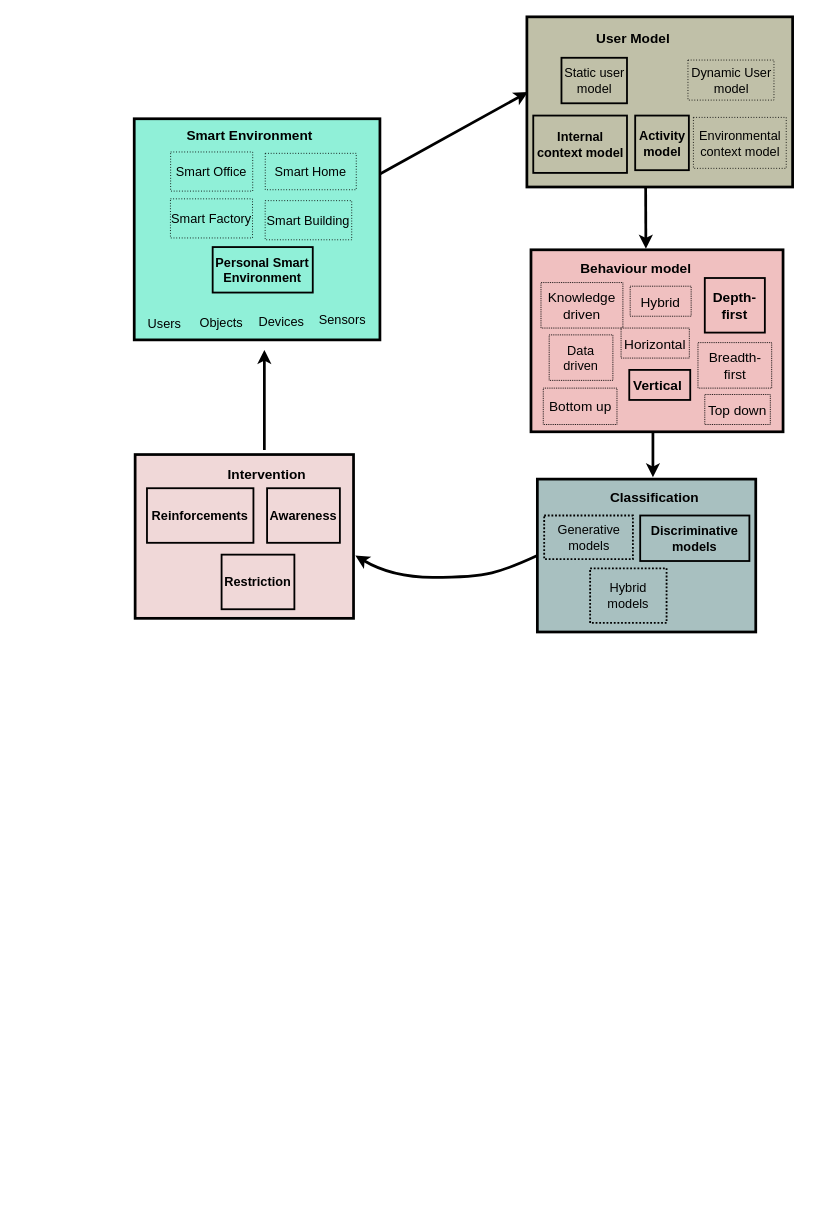
The draw.io diagram interaction.drawio in oluwande/zmPDSwR, before the edit. Source tidied: cells renumbered, new cells numbered last; positions are measured from the earlier drawing's top-left corner, leaving out a move shared by most shapes. Both pictures are drawn from the tidied source at 91%, with x=0, y=0 at pixel (134, 16).
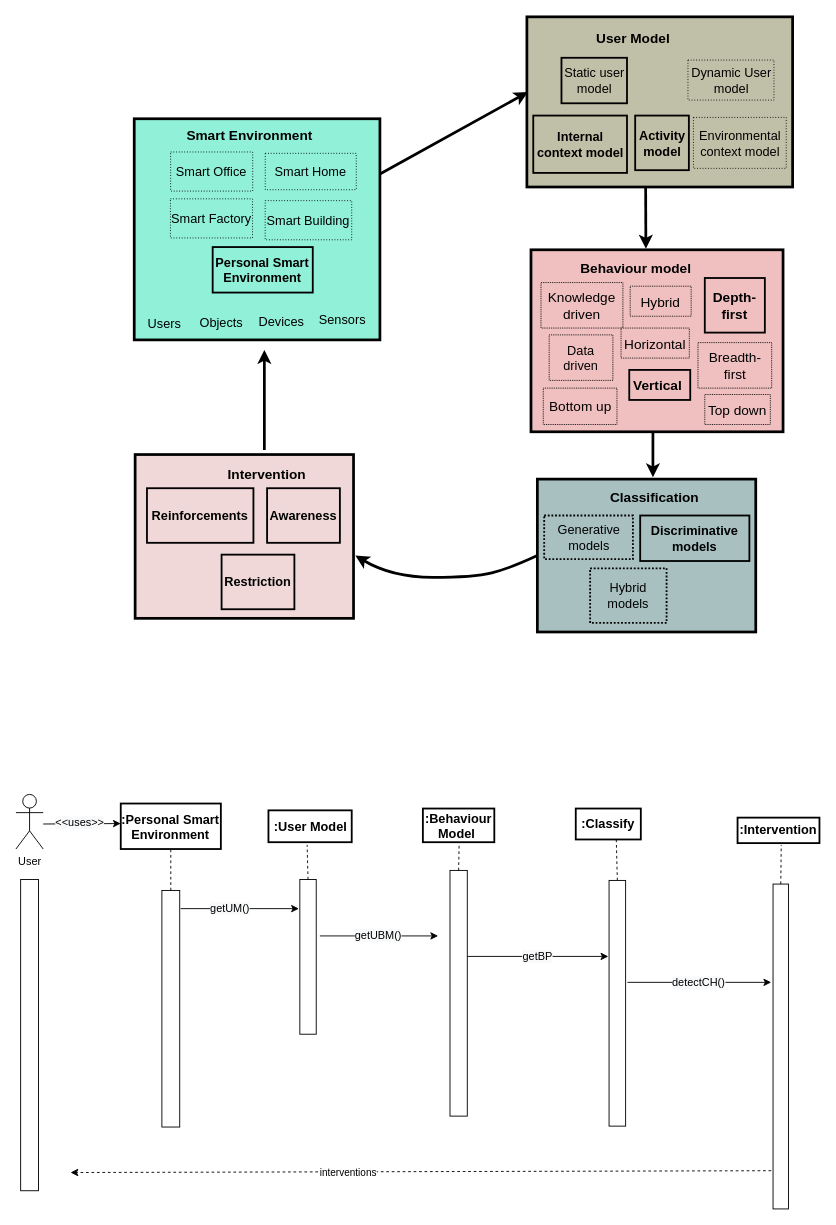
The same page after the edit.

What changed in the source:
```diff
@@
+    <mxCell id="47" value="&lt;b&gt;:Personal Smart Environment&lt;/b&gt;" style="rounded=0;whiteSpace=wrap;html=1;fontSize=14;strokeColor=default;strokeWidth=2;fillColor=none;" parent="1" vertex="1">
+      <mxGeometry x="-14.8" y="864.5" width="110" height="50" as="geometry" />
+    </mxCell>
+    <mxCell id="48" value="&lt;b&gt;:User Model&lt;/b&gt;" style="rounded=0;whiteSpace=wrap;html=1;fontSize=14;strokeColor=default;strokeWidth=2;fillColor=none;" parent="1" vertex="1">
+      <mxGeometry x="147.5" y="872" width="91.5" height="35" as="geometry" />
+    </mxCell>
+    <mxCell id="49" value="&lt;b&gt;:Behaviour Model&amp;nbsp;&lt;/b&gt;" style="rounded=0;whiteSpace=wrap;html=1;fontSize=14;strokeColor=default;strokeWidth=2;fillColor=none;" parent="1" vertex="1">
+      <mxGeometry x="317.2" y="870" width="78.5" height="37" as="geometry" />
+    </mxCell>
+    <mxCell id="50" value="&lt;b&gt;:Intervention&lt;/b&gt;" style="rounded=0;whiteSpace=wrap;html=1;fontSize=14;strokeColor=default;strokeWidth=2;fillColor=none;" parent="1" vertex="1">
+      <mxGeometry x="663" y="880" width="90" height="28" as="geometry" />
+    </mxCell>
+    <mxCell id="51" value="&lt;b&gt;:Classify&lt;/b&gt;" style="rounded=0;whiteSpace=wrap;html=1;fontSize=14;strokeColor=default;strokeWidth=2;fillColor=none;" parent="1" vertex="1">
+      <mxGeometry x="485.2" y="870" width="71.5" height="34" as="geometry" />
+    </mxCell>
+    <mxCell id="52" value="User" style="shape=umlActor;verticalLabelPosition=bottom;verticalAlign=top;html=1;" parent="1" vertex="1">
+      <mxGeometry x="-130" y="854.5" width="30" height="60" as="geometry" />
+    </mxCell>
+    <mxCell id="53" style="rounded=0;whiteSpace=wrap;html=1;" parent="1" vertex="1">
+      <mxGeometry x="30.4" y="960" width="19.6" height="260" as="geometry" />
+    </mxCell>
+    <mxCell id="54" style="endArrow=none;html=1;rounded=0;entryX=0.5;entryY=1;entryDx=0;entryDy=0;exitX=0.5;exitY=0;exitDx=0;exitDy=0;dashed=1;" parent="1" edge="1" source="53" target="47">
+      <mxGeometry relative="1" as="geometry" />
+    </mxCell>
+    <mxCell id="55" style="rounded=0;whiteSpace=wrap;html=1;" parent="1" vertex="1">
+      <mxGeometry x="182" y="948" width="18" height="170" as="geometry" />
+    </mxCell>
+    <mxCell id="56" style="endArrow=none;html=1;rounded=0;exitX=0.5;exitY=0;exitDx=0;exitDy=0;dashed=1;" parent="1" edge="1" source="55">
+      <mxGeometry relative="1" as="geometry">
+        <mxPoint x="190" y="910" as="targetPoint" />
+      </mxGeometry>
+    </mxCell>
+    <mxCell id="57" style="rounded=0;whiteSpace=wrap;html=1;" parent="1" vertex="1">
+      <mxGeometry x="347" y="938" width="19" height="270" as="geometry" />
+    </mxCell>
+    <mxCell id="58" style="endArrow=none;html=1;rounded=0;exitX=0.5;exitY=0;exitDx=0;exitDy=0;dashed=1;" parent="1" edge="1" source="57">
+      <mxGeometry relative="1" as="geometry">
+        <mxPoint x="357" y="910" as="targetPoint" />
+      </mxGeometry>
+    </mxCell>
+    <mxCell id="59" style="endArrow=classic;html=1;rounded=0;" parent="1" edge="1">
+      <mxGeometry relative="1" as="geometry">
+        <mxPoint x="51" y="980" as="sourcePoint" />
+        <mxPoint x="181" y="980" as="targetPoint" />
+      </mxGeometry>
+    </mxCell>
+    <mxCell id="60" value="&lt;span style=&quot;font-size: 12px; background-color: rgb(248, 249, 250);&quot;&gt;getUM()&lt;/span&gt;" style="edgeLabel;html=1;align=center;verticalAlign=middle;" parent="59" vertex="1">
+      <mxGeometry x="0.13" y="-1" relative="1" as="geometry">
+        <mxPoint x="-20" y="-2" as="offset" />
+      </mxGeometry>
+    </mxCell>
+    <mxCell id="61" style="rounded=0;whiteSpace=wrap;html=1;" parent="1" vertex="1">
+      <mxGeometry x="521.8" y="949" width="18.2" height="270" as="geometry" />
+    </mxCell>
+    <mxCell id="62" style="endArrow=none;html=1;rounded=0;entryX=0.623;entryY=1.005;entryDx=0;entryDy=0;exitX=0.5;exitY=0;exitDx=0;exitDy=0;dashed=1;entryPerimeter=0;" parent="1" edge="1" source="61" target="51">
+      <mxGeometry relative="1" as="geometry" />
+    </mxCell>
+    <mxCell id="63" style="endArrow=classic;html=1;rounded=0;" parent="1" edge="1">
+      <mxGeometry relative="1" as="geometry">
+        <mxPoint x="366" y="1032.5" as="sourcePoint" />
+        <mxPoint x="521" y="1032.5" as="targetPoint" />
+      </mxGeometry>
+    </mxCell>
+    <mxCell id="64" value="&lt;span style=&quot;font-size: 12px; background-color: rgb(248, 249, 250);&quot;&gt;getBP&lt;/span&gt;" style="edgeLabel;html=1;align=center;verticalAlign=middle;" parent="63" vertex="1">
+      <mxGeometry x="0.13" y="-1" relative="1" as="geometry">
+        <mxPoint x="-12" y="-1" as="offset" />
+      </mxGeometry>
+    </mxCell>
+    <mxCell id="65" style="endArrow=classic;html=1;rounded=0;" parent="1" edge="1">
+      <mxGeometry relative="1" as="geometry">
+        <mxPoint x="542" y="1061" as="sourcePoint" />
+        <mxPoint x="700" y="1061" as="targetPoint" />
+        <Array as="points">
+          <mxPoint x="620" y="1061" />
+        </Array>
+      </mxGeometry>
+    </mxCell>
+    <mxCell id="66" value="&lt;span style=&quot;font-size: 12px; background-color: rgb(248, 249, 250);&quot;&gt;detectCH()&lt;/span&gt;" style="edgeLabel;html=1;align=center;verticalAlign=middle;" parent="65" vertex="1">
+      <mxGeometry x="0.13" y="-1" relative="1" as="geometry">
+        <mxPoint x="-12" y="-1" as="offset" />
+      </mxGeometry>
+    </mxCell>
+    <mxCell id="67" style="rounded=0;whiteSpace=wrap;html=1;" parent="1" vertex="1">
+      <mxGeometry x="702" y="953" width="17" height="357" as="geometry" />
+    </mxCell>
+    <mxCell id="68" style="endArrow=none;html=1;rounded=0;exitX=0.5;exitY=0;exitDx=0;exitDy=0;dashed=1;" parent="1" edge="1" source="67">
+      <mxGeometry relative="1" as="geometry">
+        <mxPoint x="711" y="910" as="targetPoint" />
+      </mxGeometry>
+    </mxCell>
+    <mxCell id="69" style="endArrow=classic;html=1;rounded=0;dashed=1;" parent="1" edge="1">
+      <mxGeometry relative="1" as="geometry">
+        <mxPoint x="700" y="1268" as="sourcePoint" />
+        <mxPoint x="-70" y="1270" as="targetPoint" />
+      </mxGeometry>
+    </mxCell>
+    <mxCell id="70" value="interventions" style="edgeLabel;html=1;align=center;verticalAlign=middle;" parent="69" vertex="1">
+      <mxGeometry x="-0.39" y="1" relative="1" as="geometry">
+        <mxPoint x="-231" as="offset" />
+      </mxGeometry>
+    </mxCell>
+    <mxCell id="71" style="endArrow=classic;html=1;rounded=0;" parent="1" edge="1">
+      <mxGeometry relative="1" as="geometry">
+        <mxPoint x="204" y="1010" as="sourcePoint" />
+        <mxPoint x="334" y="1010" as="targetPoint" />
+      </mxGeometry>
+    </mxCell>
+    <mxCell id="72" value="&lt;span style=&quot;font-size: 12px; background-color: rgb(248, 249, 250);&quot;&gt;getUBM()&lt;/span&gt;" style="edgeLabel;html=1;align=center;verticalAlign=middle;" parent="71" vertex="1">
+      <mxGeometry x="0.13" y="-1" relative="1" as="geometry">
+        <mxPoint x="-10" y="-2" as="offset" />
+      </mxGeometry>
+    </mxCell>
+    <mxCell id="73" style="endArrow=classic;html=1;rounded=0;" parent="1" edge="1">
+      <mxGeometry relative="1" as="geometry">
+        <mxPoint x="-100" y="887" as="sourcePoint" />
+        <mxPoint x="-14.8" y="886.5" as="targetPoint" />
+      </mxGeometry>
+    </mxCell>
+    <mxCell id="74" value="&lt;span style=&quot;font-size: 12px; background-color: rgb(248, 249, 250);&quot;&gt;&amp;lt;&amp;lt;uses&amp;gt;&amp;gt;&lt;/span&gt;" style="edgeLabel;html=1;align=center;verticalAlign=middle;" parent="73" vertex="1">
+      <mxGeometry x="0.13" y="-1" relative="1" as="geometry">
+        <mxPoint x="-9" y="-2" as="offset" />
+      </mxGeometry>
+    </mxCell>
+    <mxCell id="75" style="rounded=0;whiteSpace=wrap;html=1;" parent="1" vertex="1">
+      <mxGeometry x="-124.8" y="948" width="19.6" height="342" as="geometry" />
+    </mxCell>
```
